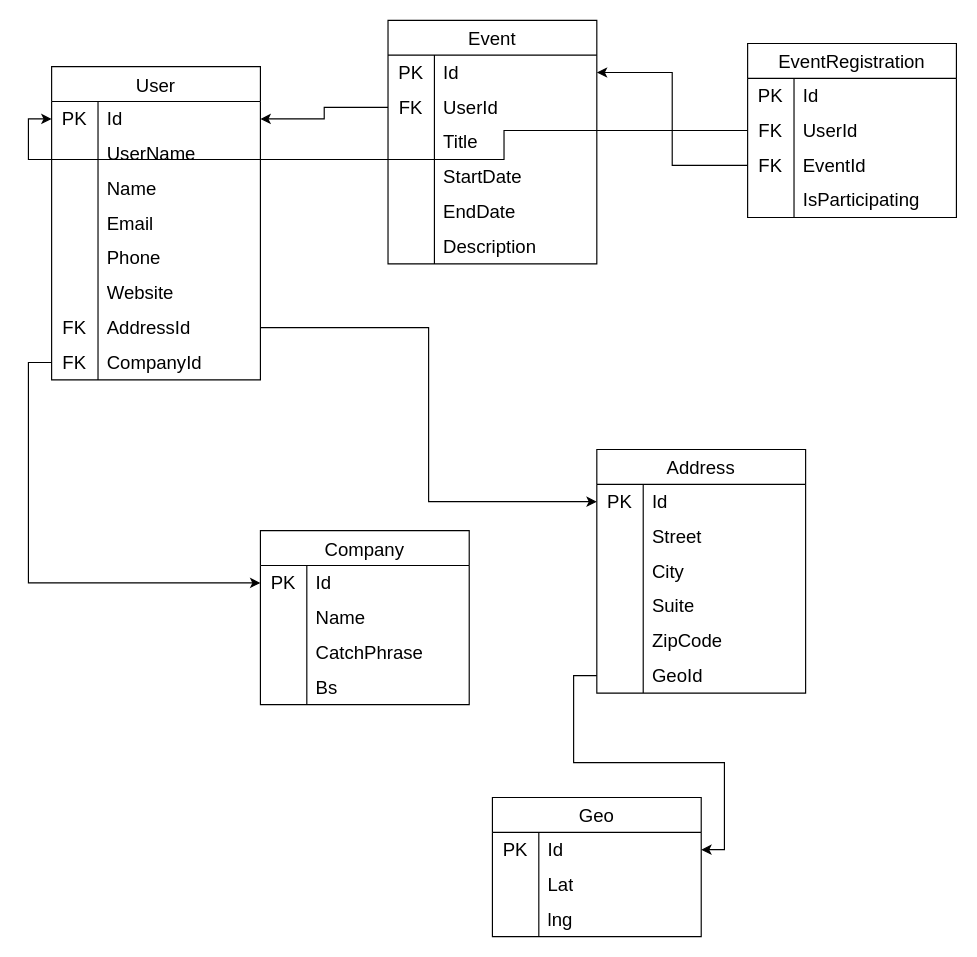
Before: Untitled Diagram.drawio in Daniel99W/Innoloft-events-challenge, a draw.io diagram. Source tidied: cells renumbered, new cells numbered last; positions are measured from the earlier drawing's top-left corner, leaving out a move shared by most shapes. Both pictures are drawn from the tidied source at 116%, with x=0, y=0 at pixel (51, 20).
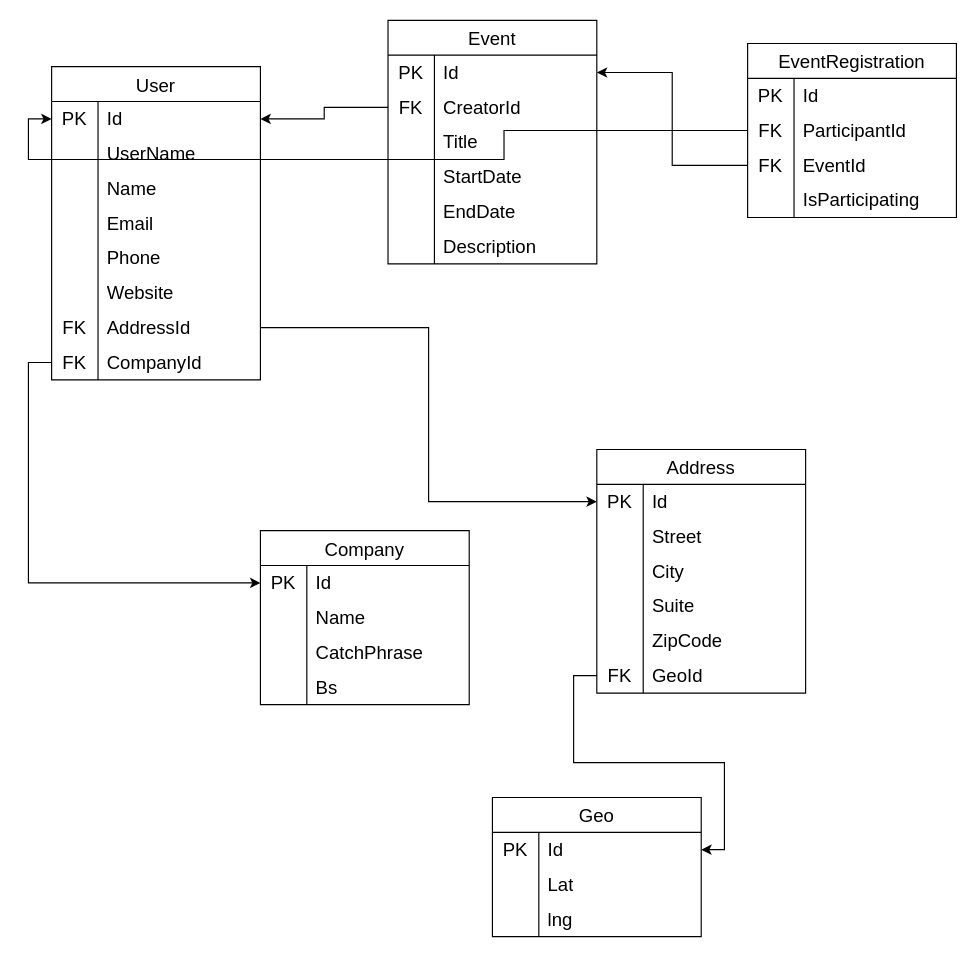
Above is the later version.

Unchanged cells that the change refers to:
```xml
<mxCell id="31" style="shape=tableRow;horizontal=0;startSize=0;swimlaneHead=0;swimlaneBody=0;top=0;left=0;bottom=0;right=0;fillColor=none;points=[[0,0.5],[1,0.5]];portConstraint=eastwest;strokeColor=inherit;fontSize=16;" parent="27" vertex="1">
  <mxGeometry y="60" width="180" height="30" as="geometry" />
</mxCell>
<mxCell id="76" style="shape=tableRow;horizontal=0;startSize=0;swimlaneHead=0;swimlaneBody=0;top=0;left=0;bottom=0;right=0;fillColor=none;points=[[0,0.5],[1,0.5]];portConstraint=eastwest;strokeColor=inherit;fontSize=16;" parent="60" vertex="1">
  <mxGeometry y="180" width="180" height="30" as="geometry" />
</mxCell>
<mxCell id="95" style="shape=tableRow;horizontal=0;startSize=0;swimlaneHead=0;swimlaneBody=0;top=0;left=0;bottom=0;right=0;fillColor=none;points=[[0,0.5],[1,0.5]];portConstraint=eastwest;strokeColor=inherit;fontSize=16;" parent="91" vertex="1">
  <mxGeometry y="60" width="180" height="30" as="geometry" />
</mxCell>
```

Diff of the diagram source:
```diff
@@
-    <mxCell id="33" value="UserId" style="shape=partialRectangle;html=1;whiteSpace=wrap;fillColor=none;top=0;left=0;bottom=0;right=0;align=left;spacingLeft=6;overflow=hidden;strokeColor=inherit;fontSize=16;" parent="31" vertex="1">
+    <mxCell id="33" value="CreatorId" style="shape=partialRectangle;html=1;whiteSpace=wrap;fillColor=none;top=0;left=0;bottom=0;right=0;align=left;spacingLeft=6;overflow=hidden;strokeColor=inherit;fontSize=16;" parent="31" vertex="1">
       <mxGeometry x="40" width="140" height="30" as="geometry" />
     </mxCell>
@@
-    <mxCell id="77" style="shape=partialRectangle;html=1;whiteSpace=wrap;fillColor=none;top=0;left=0;bottom=0;right=0;overflow=hidden;strokeColor=inherit;fontSize=16;" parent="76" vertex="1">
+    <mxCell id="77" value="FK" style="shape=partialRectangle;html=1;whiteSpace=wrap;fillColor=none;top=0;left=0;bottom=0;right=0;overflow=hidden;strokeColor=inherit;fontSize=16;" parent="76" vertex="1">
       <mxGeometry width="40" height="30" as="geometry" />
     </mxCell>
@@
-    <mxCell id="97" value="UserId" style="shape=partialRectangle;html=1;whiteSpace=wrap;fillColor=none;top=0;left=0;bottom=0;right=0;align=left;spacingLeft=6;overflow=hidden;strokeColor=inherit;fontSize=16;" parent="95" vertex="1">
+    <mxCell id="97" value="ParticipantId" style="shape=partialRectangle;html=1;whiteSpace=wrap;fillColor=none;top=0;left=0;bottom=0;right=0;align=left;spacingLeft=6;overflow=hidden;strokeColor=inherit;fontSize=16;" parent="95" vertex="1">
       <mxGeometry x="40" width="140" height="30" as="geometry" />
     </mxCell>
```
